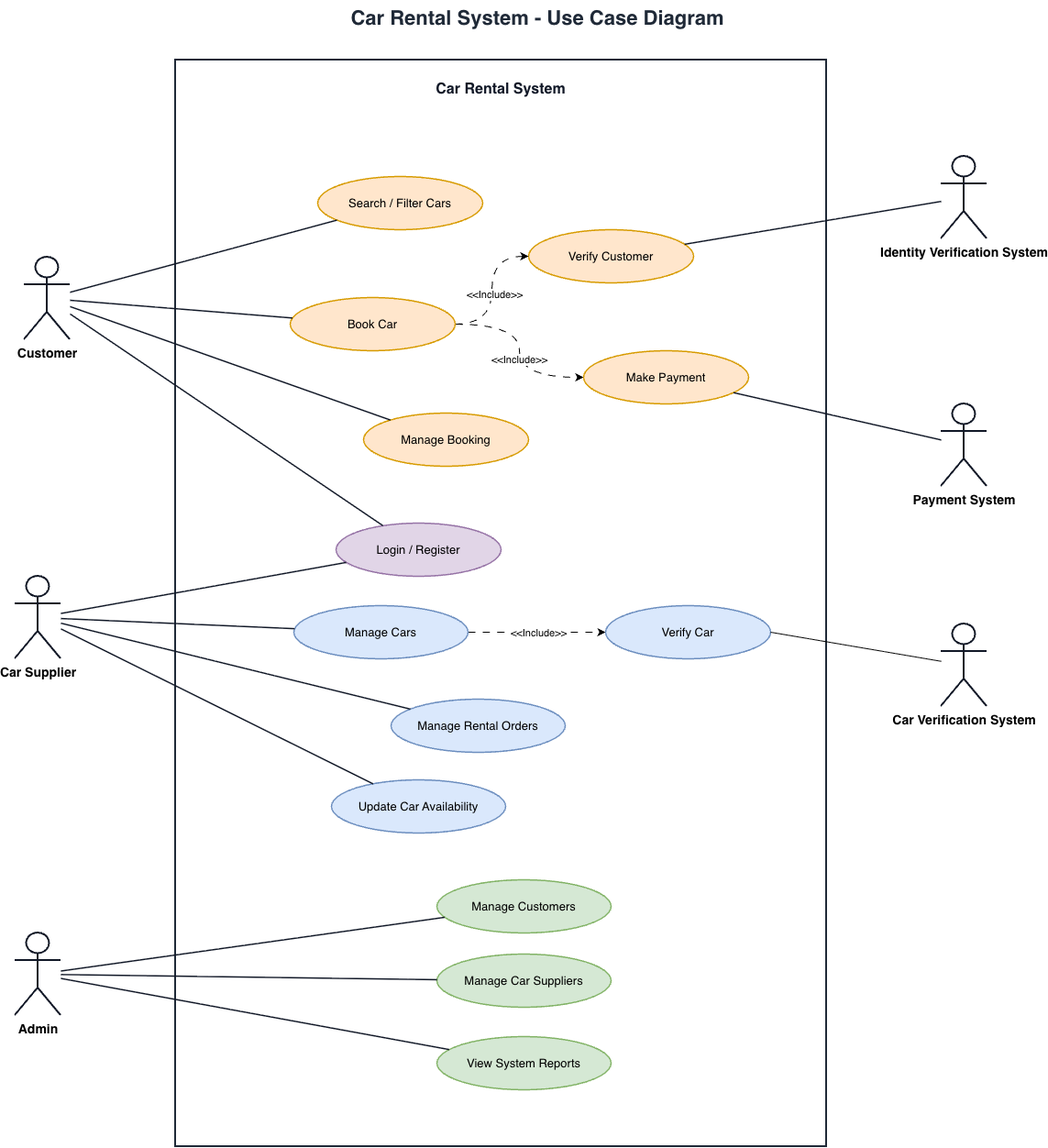
Earlier version of the draw.io export Design/final/Use Case Diagram.png (Darkhaamn/MIU-CS425-Project). Source tidied: cells renumbered, new cells last; positions are measured from the earlier drawing's top-left corner, leaving out a move shared by most shapes. The source it was exported from:
```xml
<mxGraphModel>
  <root>
    <mxCell id="0" />
    <mxCell id="1" parent="0" />
    <mxCell id="2" value="Car Rental System - Use Case Diagram" style="text;html=1;strokeColor=none;fillColor=none;align=center;verticalAlign=middle;whiteSpace=wrap;rounded=0;fontSize=22;fontStyle=1;fontColor=#1f2937;" parent="1" vertex="1">
      <mxGeometry x="260" width="620" height="40" as="geometry" />
    </mxCell>
    <mxCell id="3" value="Car Rental System" style="rounded=0;whiteSpace=wrap;html=1;fillColor=#ffffff;strokeColor=#1f2937;strokeWidth=2;fontSize=16;fontStyle=1;verticalAlign=top;spacingTop=16;fontColor=#111827;" parent="1" vertex="1">
      <mxGeometry x="175" y="65" width="710" height="1185" as="geometry" />
    </mxCell>
    <mxCell id="4" value="Customer" style="shape=umlActor;verticalLabelPosition=bottom;verticalAlign=top;html=1;outlineConnect=0;fillColor=#ffffff;strokeColor=#111827;strokeWidth=2;fontSize=14;fontStyle=1;" parent="1" vertex="1">
      <mxGeometry x="10" y="280" width="50" height="90" as="geometry" />
    </mxCell>
    <mxCell id="5" value="Car Supplier" style="shape=umlActor;verticalLabelPosition=bottom;verticalAlign=top;html=1;outlineConnect=0;fillColor=#ffffff;strokeColor=#111827;strokeWidth=2;fontSize=14;fontStyle=1;" parent="1" vertex="1">
      <mxGeometry y="628" width="50" height="90" as="geometry" />
    </mxCell>
    <mxCell id="6" value="Admin" style="shape=umlActor;verticalLabelPosition=bottom;verticalAlign=top;html=1;outlineConnect=0;fillColor=#ffffff;strokeColor=#111827;strokeWidth=2;fontSize=14;fontStyle=1;" parent="1" vertex="1">
      <mxGeometry y="1017" width="50" height="90" as="geometry" />
    </mxCell>
    <mxCell id="7" value="Payment System" style="shape=umlActor;verticalLabelPosition=bottom;verticalAlign=top;html=1;outlineConnect=0;fillColor=#ffffff;strokeColor=#111827;strokeWidth=2;fontSize=14;fontStyle=1;" parent="1" vertex="1">
      <mxGeometry x="1010" y="440" width="50" height="90" as="geometry" />
    </mxCell>
    <mxCell id="8" value="Identity Verification System" style="shape=umlActor;verticalLabelPosition=bottom;verticalAlign=top;html=1;outlineConnect=0;fillColor=#ffffff;strokeColor=#111827;strokeWidth=2;fontSize=14;fontStyle=1;" parent="1" vertex="1">
      <mxGeometry x="1010" y="170" width="50" height="90" as="geometry" />
    </mxCell>
    <mxCell id="9" value="Login / Register" style="ellipse;whiteSpace=wrap;html=1;fillColor=#e1d5e7;strokeColor=#9673a6;strokeWidth=1.5;fontSize=13;" parent="1" vertex="1">
      <mxGeometry x="350" y="570" width="180" height="58" as="geometry" />
    </mxCell>
    <mxCell id="10" value="Search / Filter Cars" style="ellipse;whiteSpace=wrap;html=1;fillColor=#ffe6cc;strokeColor=#d79b00;strokeWidth=1.5;fontSize=13;" parent="1" vertex="1">
      <mxGeometry x="330" y="192" width="180" height="58" as="geometry" />
    </mxCell>
    <mxCell id="11" value="Verify Customer" style="ellipse;whiteSpace=wrap;html=1;fillColor=#ffe6cc;strokeColor=#d79b00;strokeWidth=1.5;fontSize=13;" parent="1" vertex="1">
      <mxGeometry x="560" y="250" width="180" height="58" as="geometry" />
    </mxCell>
    <mxCell id="12" style="edgeStyle=orthogonalEdgeStyle;rounded=0;jettySize=auto;html=1;curved=1;dashed=1;dashPattern=8 8;" parent="1" edge="1" source="16" target="18">
      <mxGeometry relative="1" as="geometry" />
    </mxCell>
    <mxCell id="13" value="&amp;lt;&amp;lt;Include&amp;gt;&amp;gt;" style="edgeLabel;html=1;align=center;verticalAlign=middle;" parent="12" vertex="1">
      <mxGeometry x="0.08" y="-1" relative="1" as="geometry">
        <mxPoint y="1" as="offset" />
      </mxGeometry>
    </mxCell>
    <mxCell id="14" style="edgeStyle=orthogonalEdgeStyle;rounded=0;jettySize=auto;html=1;entryX=0;entryY=0.5;entryDx=0;entryDy=0;curved=1;dashed=1;dashPattern=8 8;" parent="1" edge="1" source="16" target="11">
      <mxGeometry relative="1" as="geometry" />
    </mxCell>
    <mxCell id="15" value="&amp;lt;&amp;lt;Include&amp;gt;&amp;gt;" style="edgeLabel;html=1;align=center;verticalAlign=middle;" parent="14" vertex="1">
      <mxGeometry x="-0.06" y="-2" relative="1" as="geometry" />
    </mxCell>
    <mxCell id="16" value="Book Car" style="ellipse;whiteSpace=wrap;html=1;fillColor=#ffe6cc;strokeColor=#d79b00;strokeWidth=1.5;fontSize=13;" parent="1" vertex="1">
      <mxGeometry x="300" y="324" width="180" height="58" as="geometry" />
    </mxCell>
    <mxCell id="17" value="Manage Booking" style="ellipse;whiteSpace=wrap;html=1;fillColor=#ffe6cc;strokeColor=#d79b00;strokeWidth=1.5;fontSize=13;" parent="1" vertex="1">
      <mxGeometry x="380" y="450" width="180" height="58" as="geometry" />
    </mxCell>
    <mxCell id="18" value="Make Payment" style="ellipse;whiteSpace=wrap;html=1;fillColor=#ffe6cc;strokeColor=#d79b00;strokeWidth=1.5;fontSize=13;" parent="1" vertex="1">
      <mxGeometry x="620" y="382" width="180" height="58" as="geometry" />
    </mxCell>
    <mxCell id="19" style="edgeStyle=orthogonalEdgeStyle;rounded=0;jettySize=auto;html=1;entryX=0;entryY=0.5;entryDx=0;entryDy=0;curved=1;dashed=1;dashPattern=8 8;" parent="1" edge="1" source="21" target="40">
      <mxGeometry relative="1" as="geometry" />
    </mxCell>
    <mxCell id="20" value="&amp;lt;&amp;lt;Include&amp;gt;&amp;gt;" style="edgeLabel;html=1;align=center;verticalAlign=middle;" parent="19" vertex="1">
      <mxGeometry x="0.24" y="-4" relative="1" as="geometry">
        <mxPoint x="-17" y="-4" as="offset" />
      </mxGeometry>
    </mxCell>
    <mxCell id="21" value="Manage Cars" style="ellipse;whiteSpace=wrap;html=1;fillColor=#dae8fc;strokeColor=#6c8ebf;strokeWidth=1.5;fontSize=13;" parent="1" vertex="1">
      <mxGeometry x="304" y="660" width="190" height="58" as="geometry" />
    </mxCell>
    <mxCell id="22" value="Manage Rental Orders" style="ellipse;whiteSpace=wrap;html=1;fillColor=#dae8fc;strokeColor=#6c8ebf;strokeWidth=1.5;fontSize=13;" parent="1" vertex="1">
      <mxGeometry x="410" y="762" width="190" height="58" as="geometry" />
    </mxCell>
    <mxCell id="23" value="Update Car Availability" style="ellipse;whiteSpace=wrap;html=1;fillColor=#dae8fc;strokeColor=#6c8ebf;strokeWidth=1.5;fontSize=13;" parent="1" vertex="1">
      <mxGeometry x="345" y="850" width="190" height="58" as="geometry" />
    </mxCell>
    <mxCell id="24" value="Manage Customers" style="ellipse;whiteSpace=wrap;html=1;fillColor=#d5e8d4;strokeColor=#82b366;strokeWidth=1.5;fontSize=13;" parent="1" vertex="1">
      <mxGeometry x="460" y="959" width="190" height="58" as="geometry" />
    </mxCell>
    <mxCell id="25" value="Manage Car Suppliers" style="ellipse;whiteSpace=wrap;html=1;fillColor=#d5e8d4;strokeColor=#82b366;strokeWidth=1.5;fontSize=13;" parent="1" vertex="1">
      <mxGeometry x="460" y="1040" width="190" height="58" as="geometry" />
    </mxCell>
    <mxCell id="26" value="View System Reports" style="ellipse;whiteSpace=wrap;html=1;fillColor=#d5e8d4;strokeColor=#82b366;strokeWidth=1.5;fontSize=13;" parent="1" vertex="1">
      <mxGeometry x="460" y="1130" width="190" height="58" as="geometry" />
    </mxCell>
    <mxCell id="27" style="endArrow=none;html=1;rounded=0;strokeColor=#111827;strokeWidth=1.5;" parent="1" edge="1" source="4" target="9">
      <mxGeometry relative="1" as="geometry" />
    </mxCell>
    <mxCell id="28" style="endArrow=none;html=1;rounded=0;strokeColor=#111827;strokeWidth=1.5;" parent="1" edge="1" source="4" target="10">
      <mxGeometry relative="1" as="geometry" />
    </mxCell>
    <mxCell id="29" style="endArrow=none;html=1;rounded=0;strokeColor=#111827;strokeWidth=1.5;" parent="1" edge="1" source="4" target="16">
      <mxGeometry relative="1" as="geometry" />
    </mxCell>
    <mxCell id="30" style="endArrow=none;html=1;rounded=0;strokeColor=#111827;strokeWidth=1.5;" parent="1" edge="1" source="4" target="17">
      <mxGeometry relative="1" as="geometry" />
    </mxCell>
    <mxCell id="31" style="endArrow=none;html=1;rounded=0;strokeColor=#111827;strokeWidth=1.5;" parent="1" edge="1" source="5" target="9">
      <mxGeometry relative="1" as="geometry" />
    </mxCell>
    <mxCell id="32" style="endArrow=none;html=1;rounded=0;strokeColor=#111827;strokeWidth=1.5;" parent="1" edge="1" source="5" target="21">
      <mxGeometry relative="1" as="geometry" />
    </mxCell>
    <mxCell id="33" style="endArrow=none;html=1;rounded=0;strokeColor=#111827;strokeWidth=1.5;" parent="1" edge="1" source="5" target="22">
      <mxGeometry relative="1" as="geometry" />
    </mxCell>
    <mxCell id="34" style="endArrow=none;html=1;rounded=0;strokeColor=#111827;strokeWidth=1.5;" parent="1" edge="1" source="5" target="23">
      <mxGeometry relative="1" as="geometry" />
    </mxCell>
    <mxCell id="35" style="endArrow=none;html=1;rounded=0;strokeColor=#111827;strokeWidth=1.5;" parent="1" edge="1" source="6" target="24">
      <mxGeometry relative="1" as="geometry" />
    </mxCell>
    <mxCell id="36" style="endArrow=none;html=1;rounded=0;strokeColor=#111827;strokeWidth=1.5;" parent="1" edge="1" source="6" target="25">
      <mxGeometry relative="1" as="geometry" />
    </mxCell>
    <mxCell id="37" style="endArrow=none;html=1;rounded=0;strokeColor=#111827;strokeWidth=1.5;" parent="1" edge="1" source="6" target="26">
      <mxGeometry relative="1" as="geometry" />
    </mxCell>
    <mxCell id="38" style="endArrow=none;html=1;rounded=0;strokeColor=#111827;strokeWidth=1.5;" parent="1" edge="1" source="11" target="8">
      <mxGeometry relative="1" as="geometry" />
    </mxCell>
    <mxCell id="39" style="endArrow=none;html=1;rounded=0;strokeColor=#111827;strokeWidth=1.5;" parent="1" edge="1" source="18" target="7">
      <mxGeometry relative="1" as="geometry" />
    </mxCell>
    <mxCell id="40" value="Verify Car" style="ellipse;whiteSpace=wrap;html=1;fillColor=#dae8fc;strokeColor=#6c8ebf;strokeWidth=1.5;fontSize=13;" parent="1" vertex="1">
      <mxGeometry x="644" y="660" width="180" height="58" as="geometry" />
    </mxCell>
    <mxCell id="41" style="rounded=0;jettySize=auto;html=1;entryX=1;entryY=0.5;entryDx=0;entryDy=0;endArrow=none;endFill=0;" parent="1" edge="1" source="42" target="40">
      <mxGeometry relative="1" as="geometry" />
    </mxCell>
    <mxCell id="42" value="Car Verification System" style="shape=umlActor;verticalLabelPosition=bottom;verticalAlign=top;html=1;outlineConnect=0;fillColor=#ffffff;strokeColor=#111827;strokeWidth=2;fontSize=14;fontStyle=1;" parent="1" vertex="1">
      <mxGeometry x="1010" y="680" width="50" height="90" as="geometry" />
    </mxCell>
  </root>
</mxGraphModel>
```
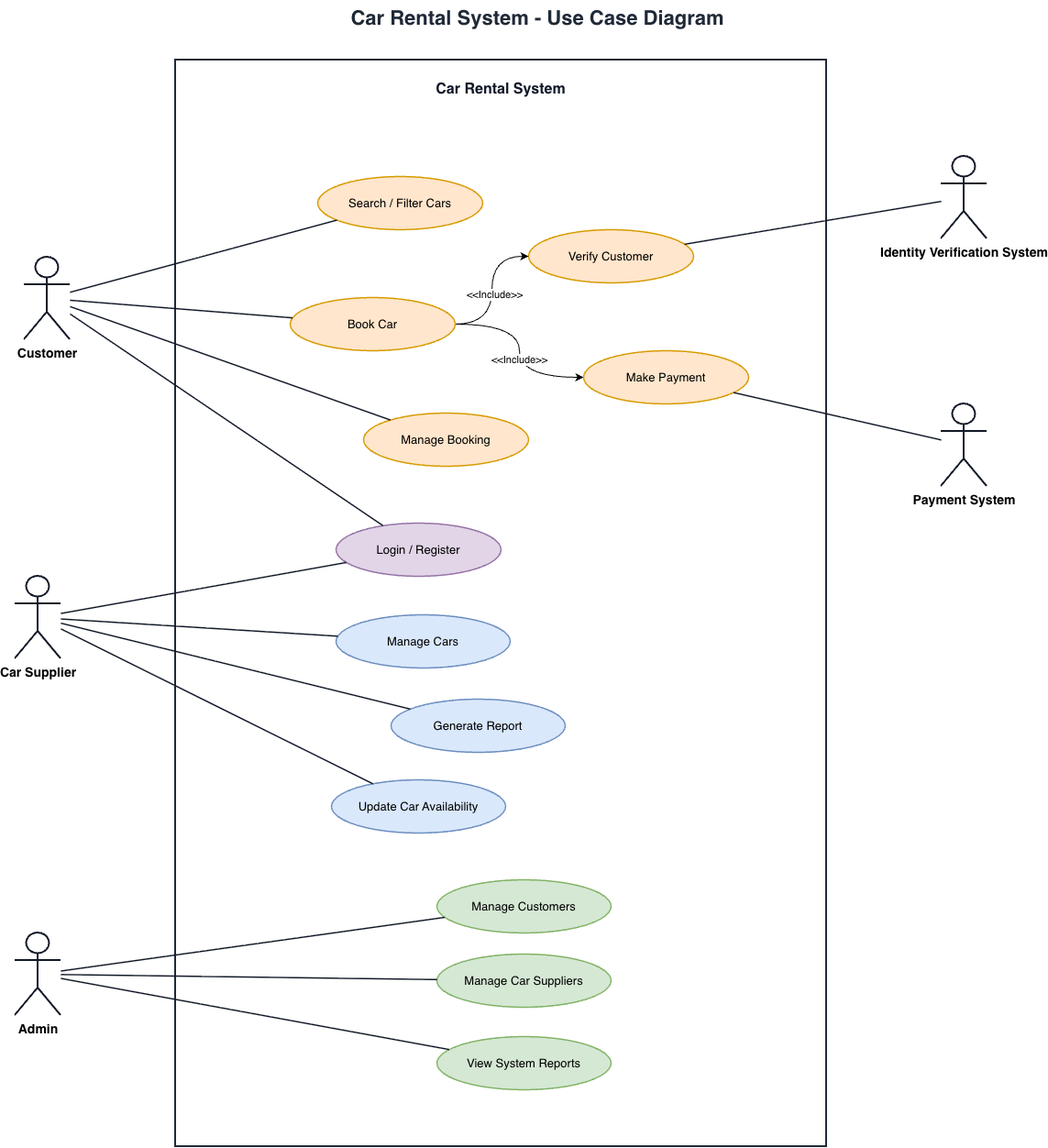
The same diagram one commit later.

Commit message:
Update use case diagram

The edit, as a diff of the source:
```diff
@@ -32,20 +32,20 @@
     <mxCell id="11" value="Verify Customer" style="ellipse;whiteSpace=wrap;html=1;fillColor=#ffe6cc;strokeColor=#d79b00;strokeWidth=1.5;fontSize=13;" parent="1" vertex="1">
       <mxGeometry x="560" y="250" width="180" height="58" as="geometry" />
     </mxCell>
-    <mxCell id="12" style="edgeStyle=orthogonalEdgeStyle;rounded=0;jettySize=auto;html=1;curved=1;dashed=1;dashPattern=8 8;" parent="1" edge="1" source="16" target="18">
+    <mxCell id="12" style="edgeStyle=orthogonalEdgeStyle;rounded=0;jettySize=auto;html=1;curved=1;" parent="1" edge="1" source="16" target="18">
       <mxGeometry relative="1" as="geometry" />
     </mxCell>
-    <mxCell id="13" value="&amp;lt;&amp;lt;Include&amp;gt;&amp;gt;" style="edgeLabel;html=1;align=center;verticalAlign=middle;" parent="12" vertex="1">
-      <mxGeometry x="0.08" y="-1" relative="1" as="geometry">
-        <mxPoint y="1" as="offset" />
-      </mxGeometry>
-    </mxCell>
+    <mxCell id="43" value="&amp;lt;&amp;lt;Include&amp;gt;&amp;gt;" style="edgeLabel;html=1;align=center;verticalAlign=middle;" parent="12" vertex="1">
+      <mxGeometry x="0.08" y="-1" relative="1" as="geometry">
+        <mxPoint y="1" as="offset" />
+      </mxGeometry>
+    </mxCell>
-    <mxCell id="14" style="edgeStyle=orthogonalEdgeStyle;rounded=0;jettySize=auto;html=1;entryX=0;entryY=0.5;entryDx=0;entryDy=0;curved=1;dashed=1;dashPattern=8 8;" parent="1" edge="1" source="16" target="11">
+    <mxCell id="14" style="edgeStyle=orthogonalEdgeStyle;rounded=0;jettySize=auto;html=1;entryX=0;entryY=0.5;entryDx=0;entryDy=0;curved=1;" parent="1" edge="1" source="16" target="11">
       <mxGeometry relative="1" as="geometry" />
     </mxCell>
-    <mxCell id="15" value="&amp;lt;&amp;lt;Include&amp;gt;&amp;gt;" style="edgeLabel;html=1;align=center;verticalAlign=middle;" parent="14" vertex="1">
-      <mxGeometry x="-0.06" y="-2" relative="1" as="geometry" />
-    </mxCell>
+    <mxCell id="44" value="&amp;lt;&amp;lt;Include&amp;gt;&amp;gt;" style="edgeLabel;html=1;align=center;verticalAlign=middle;" parent="14" vertex="1">
+      <mxGeometry x="-0.06" y="-2" relative="1" as="geometry" />
+    </mxCell>
     <mxCell id="16" value="Book Car" style="ellipse;whiteSpace=wrap;html=1;fillColor=#ffe6cc;strokeColor=#d79b00;strokeWidth=1.5;fontSize=13;" parent="1" vertex="1">
       <mxGeometry x="300" y="324" width="180" height="58" as="geometry" />
     </mxCell>
@@ -55,20 +55,12 @@
     <mxCell id="18" value="Make Payment" style="ellipse;whiteSpace=wrap;html=1;fillColor=#ffe6cc;strokeColor=#d79b00;strokeWidth=1.5;fontSize=13;" parent="1" vertex="1">
       <mxGeometry x="620" y="382" width="180" height="58" as="geometry" />
     </mxCell>
-    <mxCell id="19" style="edgeStyle=orthogonalEdgeStyle;rounded=0;jettySize=auto;html=1;entryX=0;entryY=0.5;entryDx=0;entryDy=0;curved=1;dashed=1;dashPattern=8 8;" parent="1" edge="1" source="21" target="40">
-      <mxGeometry relative="1" as="geometry" />
-    </mxCell>
-    <mxCell id="20" value="&amp;lt;&amp;lt;Include&amp;gt;&amp;gt;" style="edgeLabel;html=1;align=center;verticalAlign=middle;" parent="19" vertex="1">
-      <mxGeometry x="0.24" y="-4" relative="1" as="geometry">
-        <mxPoint x="-17" y="-4" as="offset" />
-      </mxGeometry>
-    </mxCell>
     <mxCell id="21" value="Manage Cars" style="ellipse;whiteSpace=wrap;html=1;fillColor=#dae8fc;strokeColor=#6c8ebf;strokeWidth=1.5;fontSize=13;" parent="1" vertex="1">
-      <mxGeometry x="304" y="660" width="190" height="58" as="geometry" />
+      <mxGeometry x="350" y="670" width="190" height="58" as="geometry" />
     </mxCell>
-    <mxCell id="22" value="Manage Rental Orders" style="ellipse;whiteSpace=wrap;html=1;fillColor=#dae8fc;strokeColor=#6c8ebf;strokeWidth=1.5;fontSize=13;" parent="1" vertex="1">
-      <mxGeometry x="410" y="762" width="190" height="58" as="geometry" />
-    </mxCell>
+    <mxCell id="45" value="Generate Report" style="ellipse;whiteSpace=wrap;html=1;fillColor=#dae8fc;strokeColor=#6c8ebf;strokeWidth=1.5;fontSize=13;" parent="1" vertex="1">
+      <mxGeometry x="410" y="762" width="190" height="58" as="geometry" />
+    </mxCell>
     <mxCell id="23" value="Update Car Availability" style="ellipse;whiteSpace=wrap;html=1;fillColor=#dae8fc;strokeColor=#6c8ebf;strokeWidth=1.5;fontSize=13;" parent="1" vertex="1">
       <mxGeometry x="345" y="850" width="190" height="58" as="geometry" />
     </mxCell>
@@ -99,9 +91,9 @@
     <mxCell id="32" style="endArrow=none;html=1;rounded=0;strokeColor=#111827;strokeWidth=1.5;" parent="1" edge="1" source="5" target="21">
       <mxGeometry relative="1" as="geometry" />
     </mxCell>
-    <mxCell id="33" style="endArrow=none;html=1;rounded=0;strokeColor=#111827;strokeWidth=1.5;" parent="1" edge="1" source="5" target="22">
-      <mxGeometry relative="1" as="geometry" />
-    </mxCell>
+    <mxCell id="46" style="endArrow=none;html=1;rounded=0;strokeColor=#111827;strokeWidth=1.5;" parent="1" edge="1" source="5" target="45">
+      <mxGeometry relative="1" as="geometry" />
+    </mxCell>
     <mxCell id="34" style="endArrow=none;html=1;rounded=0;strokeColor=#111827;strokeWidth=1.5;" parent="1" edge="1" source="5" target="23">
       <mxGeometry relative="1" as="geometry" />
     </mxCell>
@@ -120,14 +112,5 @@
     <mxCell id="39" style="endArrow=none;html=1;rounded=0;strokeColor=#111827;strokeWidth=1.5;" parent="1" edge="1" source="18" target="7">
       <mxGeometry relative="1" as="geometry" />
     </mxCell>
-    <mxCell id="40" value="Verify Car" style="ellipse;whiteSpace=wrap;html=1;fillColor=#dae8fc;strokeColor=#6c8ebf;strokeWidth=1.5;fontSize=13;" parent="1" vertex="1">
-      <mxGeometry x="644" y="660" width="180" height="58" as="geometry" />
-    </mxCell>
-    <mxCell id="41" style="rounded=0;jettySize=auto;html=1;entryX=1;entryY=0.5;entryDx=0;entryDy=0;endArrow=none;endFill=0;" parent="1" edge="1" source="42" target="40">
-      <mxGeometry relative="1" as="geometry" />
-    </mxCell>
-    <mxCell id="42" value="Car Verification System" style="shape=umlActor;verticalLabelPosition=bottom;verticalAlign=top;html=1;outlineConnect=0;fillColor=#ffffff;strokeColor=#111827;strokeWidth=2;fontSize=14;fontStyle=1;" parent="1" vertex="1">
-      <mxGeometry x="1010" y="680" width="50" height="90" as="geometry" />
-    </mxCell>
   </root>
 </mxGraphModel>
```
